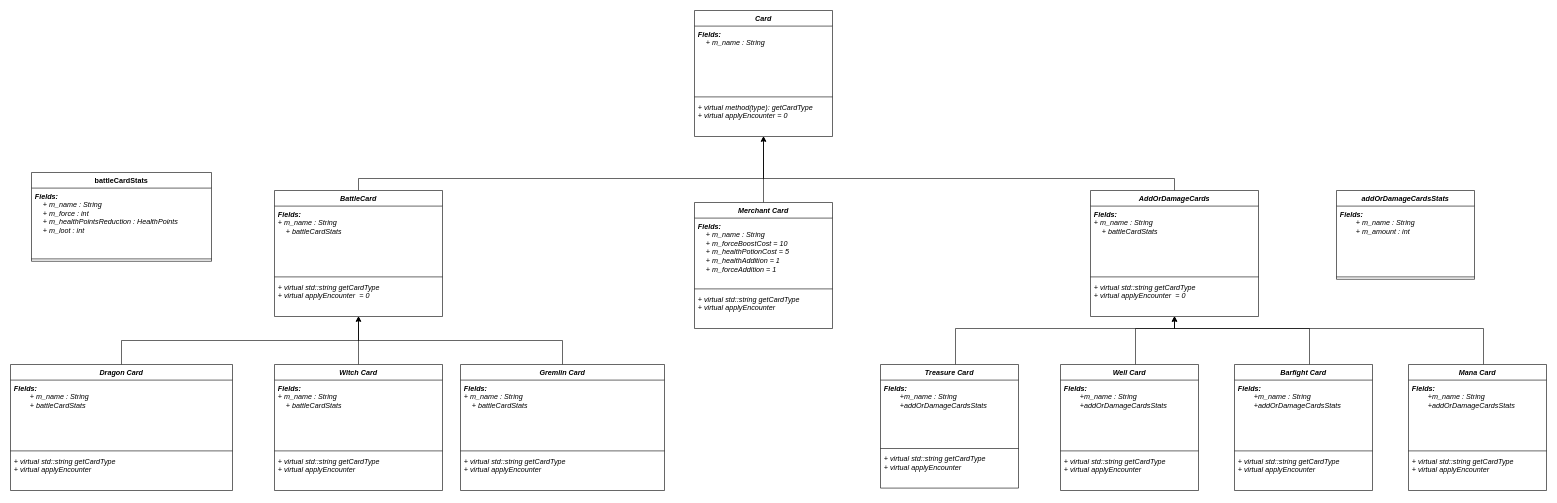
The draw.io diagram page "Cards" (3 of 3) of UML.drawio in ayals99/ex4_matam, before the edit. Source tidied: cells renumbered, new cells numbered last; positions are measured from the earlier drawing's top-left corner, leaving out a move shared by most shapes. Both pictures are drawn from the tidied source at 60%, with x=0, y=0 at pixel (10, 10).
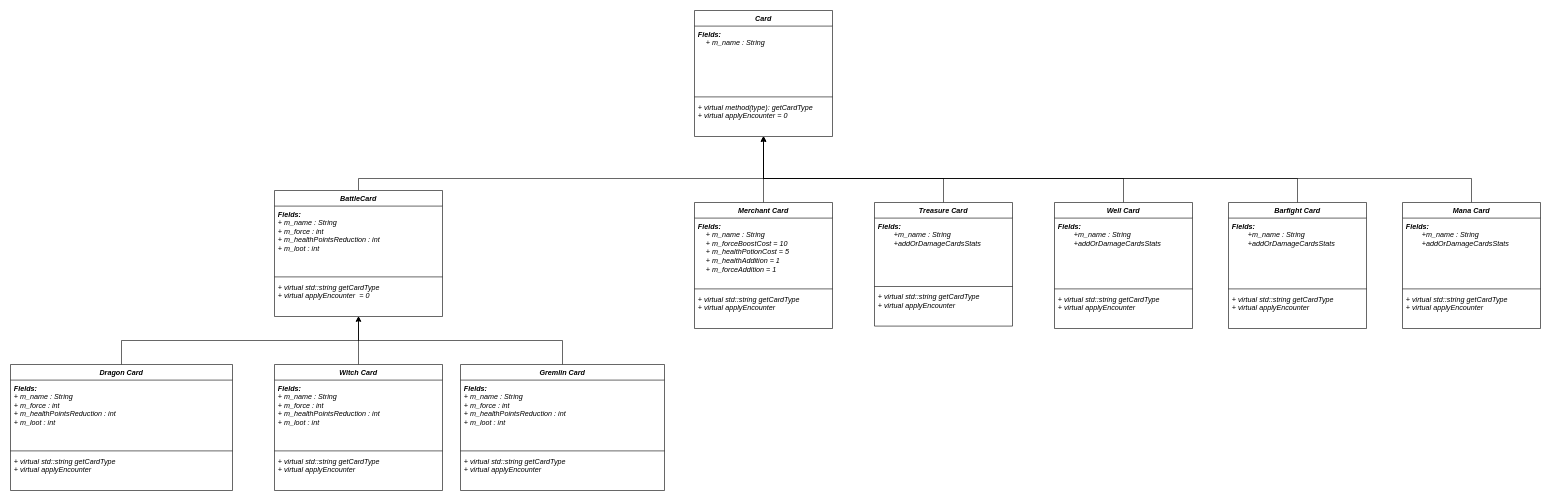
After the change.

Unchanged cells that the change refers to:
```xml
<mxCell id="2" value="&lt;span&gt;Card&lt;/span&gt;" style="swimlane;fontStyle=3;align=center;verticalAlign=top;horizontal=1;startSize=26;whiteSpace=wrap;html=1;" parent="1" vertex="1">
  <mxGeometry x="1140" width="230" height="210" as="geometry" />
</mxCell>
<mxCell id="10" value="Dragon Card" style="swimlane;fontStyle=3;align=center;verticalAlign=top;horizontal=1;startSize=26;whiteSpace=wrap;html=1;" parent="1" vertex="1">
  <mxGeometry y="590" width="370" height="210" as="geometry" />
</mxCell>
<mxCell id="15" value="Witch Card" style="swimlane;fontStyle=3;align=center;verticalAlign=top;horizontal=1;startSize=26;whiteSpace=wrap;html=1;" parent="1" vertex="1">
  <mxGeometry x="440" y="590" width="280" height="210" as="geometry" />
</mxCell>
<mxCell id="20" value="Gremlin Card" style="swimlane;fontStyle=3;align=center;verticalAlign=top;horizontal=1;startSize=26;whiteSpace=wrap;html=1;" parent="1" vertex="1">
  <mxGeometry x="750" y="590" width="340" height="210" as="geometry" />
</mxCell>
<mxCell id="53" value="&lt;span&gt;BattleCard&lt;/span&gt;" style="swimlane;fontStyle=3;align=center;verticalAlign=top;horizontal=1;startSize=26;whiteSpace=wrap;html=1;" parent="1" vertex="1">
  <mxGeometry x="440" y="300" width="280" height="210" as="geometry" />
</mxCell>
```

The edit, as a diff of the source:
```diff
@@
-    <mxCell id="6" value="&lt;span&gt;battleCardStats&lt;/span&gt;" style="swimlane;fontStyle=1;align=center;verticalAlign=top;horizontal=1;startSize=26;whiteSpace=wrap;html=1;" parent="1" vertex="1">
-      <mxGeometry x="35" y="270" width="300" height="148" as="geometry" />
-    </mxCell>
-    <mxCell id="7" value="&lt;span&gt;&lt;b style=&quot;border-color: var(--border-color);&quot;&gt;Fields:&lt;/b&gt;&lt;br style=&quot;border-color: var(--border-color);&quot;&gt;&lt;span style=&quot;border-color: var(--border-color);&quot;&gt;&lt;span style=&quot;white-space: pre;&quot;&gt;&amp;nbsp;&amp;nbsp;&amp;nbsp;&amp;nbsp;&lt;/span&gt;&lt;/span&gt;+ m_name : String&lt;br style=&quot;border-color: var(--border-color);&quot;&gt;&lt;span style=&quot;border-color: var(--border-color);&quot;&gt;&lt;span style=&quot;white-space: pre;&quot;&gt;&amp;nbsp;&amp;nbsp;&amp;nbsp;&amp;nbsp;&lt;/span&gt;&lt;/span&gt;+ m_force : int&lt;br style=&quot;border-color: var(--border-color);&quot;&gt;&lt;span style=&quot;border-color: var(--border-color);&quot;&gt;&lt;span style=&quot;white-space: pre;&quot;&gt;&amp;nbsp;&amp;nbsp;&amp;nbsp;&amp;nbsp;&lt;/span&gt;&lt;/span&gt;+ m_healthPointsReduction : HealthPoints&lt;span style=&quot;border-color: var(--border-color);&quot;&gt;&lt;span style=&quot;white-space: pre;&quot;&gt;&amp;nbsp;&amp;nbsp;&amp;nbsp;&amp;nbsp;&lt;/span&gt;&lt;/span&gt;&lt;br style=&quot;border-color: var(--border-color);&quot;&gt;&lt;span style=&quot;border-color: var(--border-color);&quot;&gt;&lt;span style=&quot;white-space: pre;&quot;&gt;&amp;nbsp;&amp;nbsp;&amp;nbsp;&amp;nbsp;&lt;/span&gt;&lt;/span&gt;+ m_loot : int&lt;/span&gt;" style="text;strokeColor=none;fillColor=none;align=left;verticalAlign=top;spacingLeft=4;spacingRight=4;overflow=hidden;whiteSpace=wrap;html=1;fontStyle=2;" parent="6" vertex="1">
-      <mxGeometry y="26" width="300" height="114" as="geometry" />
-    </mxCell>
-    <mxCell id="8" style="line;strokeWidth=1;fillColor=none;align=left;verticalAlign=middle;spacingTop=-1;spacingLeft=3;spacingRight=3;labelPosition=right;strokeColor=inherit;fontStyle=2;" parent="6" vertex="1">
-      <mxGeometry y="140" width="300" height="8" as="geometry" />
-    </mxCell>
@@
-    <mxCell id="11" value="&lt;b style=&quot;border-color: var(--border-color);&quot;&gt;Fields:&lt;/b&gt;&lt;br style=&quot;border-color: var(--border-color);&quot;&gt;&lt;span style=&quot;white-space: pre;&quot;&gt;&#9;&lt;/span&gt;+ m_name : String&lt;br&gt;&lt;span style=&quot;background-color: initial;&quot;&gt;&lt;span style=&quot;white-space: pre;&quot;&gt;&#9;&lt;/span&gt;+ battleCardStats&lt;/span&gt;" style="text;strokeColor=none;fillColor=none;align=left;verticalAlign=top;spacingLeft=4;spacingRight=4;overflow=hidden;whiteSpace=wrap;html=1;fontStyle=2;" parent="10" vertex="1">
+    <mxCell id="11" value="&lt;b style=&quot;border-color: var(--border-color);&quot;&gt;Fields:&lt;/b&gt;&lt;br style=&quot;border-color: var(--border-color);&quot;&gt;+ m_name : String&lt;br style=&quot;border-color: var(--border-color);&quot;&gt;&lt;div style=&quot;border-color: var(--border-color);&quot;&gt;+ m_force : int&amp;nbsp;&lt;br style=&quot;border-color: var(--border-color);&quot;&gt;+ m_healthPointsReduction : int&amp;nbsp;&lt;br style=&quot;border-color: var(--border-color);&quot;&gt;+ m_loot : int&lt;/div&gt;" style="text;strokeColor=none;fillColor=none;align=left;verticalAlign=top;spacingLeft=4;spacingRight=4;overflow=hidden;whiteSpace=wrap;html=1;fontStyle=2;" parent="10" vertex="1">
       <mxGeometry y="26" width="370" height="114" as="geometry" />
     </mxCell>
@@
-    <mxCell id="16" value="&lt;b style=&quot;border-color: var(--border-color);&quot;&gt;Fields:&lt;/b&gt;&lt;br style=&quot;border-color: var(--border-color);&quot;&gt;&#9;+ m_name : String&lt;br style=&quot;border-color: var(--border-color);&quot;&gt;&lt;span style=&quot;border-color: var(--border-color); background-color: initial;&quot;&gt;&lt;span style=&quot;border-color: var(--border-color);&quot;&gt;&lt;span style=&quot;white-space: pre;&quot;&gt;&amp;nbsp;&amp;nbsp;&amp;nbsp;&amp;nbsp;&lt;/span&gt;&lt;/span&gt;+ battleCardStats&lt;/span&gt;" style="text;strokeColor=none;fillColor=none;align=left;verticalAlign=top;spacingLeft=4;spacingRight=4;overflow=hidden;whiteSpace=wrap;html=1;fontStyle=2;" parent="15" vertex="1">
+    <mxCell id="16" value="&lt;b style=&quot;border-color: var(--border-color);&quot;&gt;Fields:&lt;/b&gt;&lt;br style=&quot;border-color: var(--border-color);&quot;&gt;+ m_name : String&lt;br style=&quot;border-color: var(--border-color);&quot;&gt;&lt;div style=&quot;border-color: var(--border-color);&quot;&gt;+ m_force : int&amp;nbsp;&lt;br style=&quot;border-color: var(--border-color);&quot;&gt;+ m_healthPointsReduction : int&amp;nbsp;&lt;br style=&quot;border-color: var(--border-color);&quot;&gt;+ m_loot : int&lt;/div&gt;" style="text;strokeColor=none;fillColor=none;align=left;verticalAlign=top;spacingLeft=4;spacingRight=4;overflow=hidden;whiteSpace=wrap;html=1;fontStyle=2;" parent="15" vertex="1">
       <mxGeometry y="26" width="280" height="114" as="geometry" />
     </mxCell>
@@
-    <mxCell id="21" value="&lt;b style=&quot;border-color: var(--border-color);&quot;&gt;Fields:&lt;/b&gt;&lt;br style=&quot;border-color: var(--border-color);&quot;&gt;&#9;+ m_name : String&lt;br style=&quot;border-color: var(--border-color);&quot;&gt;&lt;span style=&quot;border-color: var(--border-color); background-color: initial;&quot;&gt;&lt;span style=&quot;border-color: var(--border-color);&quot;&gt;&lt;span style=&quot;white-space: pre;&quot;&gt;&amp;nbsp;&amp;nbsp;&amp;nbsp;&amp;nbsp;&lt;/span&gt;&lt;/span&gt;+ battleCardStats&lt;/span&gt;" style="text;strokeColor=none;fillColor=none;align=left;verticalAlign=top;spacingLeft=4;spacingRight=4;overflow=hidden;whiteSpace=wrap;html=1;fontStyle=2;" parent="20" vertex="1">
+    <mxCell id="21" value="&lt;b style=&quot;border-color: var(--border-color);&quot;&gt;Fields:&lt;/b&gt;&lt;br style=&quot;border-color: var(--border-color);&quot;&gt;+ m_name : String&lt;br style=&quot;border-color: var(--border-color);&quot;&gt;&lt;div style=&quot;border-color: var(--border-color);&quot;&gt;+ m_force : int&amp;nbsp;&lt;br style=&quot;border-color: var(--border-color);&quot;&gt;+ m_healthPointsReduction : int&amp;nbsp;&lt;br style=&quot;border-color: var(--border-color);&quot;&gt;+ m_loot : int&lt;/div&gt;" style="text;strokeColor=none;fillColor=none;align=left;verticalAlign=top;spacingLeft=4;spacingRight=4;overflow=hidden;whiteSpace=wrap;html=1;fontStyle=2;" parent="20" vertex="1">
       <mxGeometry y="26" width="340" height="114" as="geometry" />
     </mxCell>
@@
-    <mxCell id="29" style="edgeStyle=orthogonalEdgeStyle;rounded=0;jettySize=auto;html=1;" parent="1" edge="1" source="30" target="58">
-      <mxGeometry relative="1" as="geometry">
-        <Array as="points">
-          <mxPoint x="1575" y="530" />
-          <mxPoint x="1940" y="530" />
-        </Array>
-      </mxGeometry>
-    </mxCell>
+    <mxCell id="62" style="edgeStyle=orthogonalEdgeStyle;rounded=0;jettySize=auto;html=1;" parent="1" edge="1" source="30" target="2">
+      <mxGeometry relative="1" as="geometry">
+        <Array as="points">
+          <mxPoint x="1555" y="280" />
+          <mxPoint x="1255" y="280" />
+        </Array>
+      </mxGeometry>
+    </mxCell>
     <mxCell id="30" value="Treasure Card" style="swimlane;fontStyle=3;align=center;verticalAlign=top;horizontal=1;startSize=26;whiteSpace=wrap;html=1;" parent="1" vertex="1">
-      <mxGeometry x="1450" y="590" width="230" height="206" as="geometry" />
+      <mxGeometry x="1440" y="320" width="230" height="206" as="geometry" />
     </mxCell>
@@
-    <mxCell id="34" style="edgeStyle=orthogonalEdgeStyle;rounded=0;jettySize=auto;html=1;" parent="1" edge="1" source="35" target="58">
-      <mxGeometry relative="1" as="geometry">
-        <Array as="points">
-          <mxPoint x="1875" y="530" />
-          <mxPoint x="1940" y="530" />
-        </Array>
-      </mxGeometry>
-    </mxCell>
+    <mxCell id="63" style="edgeStyle=orthogonalEdgeStyle;rounded=0;jettySize=auto;html=1;" parent="1" edge="1" source="35" target="2">
+      <mxGeometry relative="1" as="geometry">
+        <Array as="points">
+          <mxPoint x="1855" y="280" />
+          <mxPoint x="1255" y="280" />
+        </Array>
+      </mxGeometry>
+    </mxCell>
     <mxCell id="35" value="Well Card" style="swimlane;fontStyle=3;align=center;verticalAlign=top;horizontal=1;startSize=26;whiteSpace=wrap;html=1;" parent="1" vertex="1">
-      <mxGeometry x="1750" y="590" width="230" height="210" as="geometry" />
+      <mxGeometry x="1740" y="320" width="230" height="210" as="geometry" />
     </mxCell>
@@
-    <mxCell id="39" style="edgeStyle=orthogonalEdgeStyle;rounded=0;jettySize=auto;html=1;" parent="1" edge="1" source="40" target="58">
-      <mxGeometry relative="1" as="geometry">
-        <Array as="points">
-          <mxPoint x="2165" y="530" />
-          <mxPoint x="1940" y="530" />
-        </Array>
-      </mxGeometry>
-    </mxCell>
+    <mxCell id="64" style="edgeStyle=orthogonalEdgeStyle;rounded=0;jettySize=auto;html=1;" parent="1" edge="1" source="40" target="2">
+      <mxGeometry relative="1" as="geometry">
+        <Array as="points">
+          <mxPoint x="2145" y="280" />
+          <mxPoint x="1255" y="280" />
+        </Array>
+      </mxGeometry>
+    </mxCell>
     <mxCell id="40" value="Barfight Card" style="swimlane;fontStyle=3;align=center;verticalAlign=top;horizontal=1;startSize=26;whiteSpace=wrap;html=1;" parent="1" vertex="1">
-      <mxGeometry x="2040" y="590" width="230" height="210" as="geometry" />
+      <mxGeometry x="2030" y="320" width="230" height="210" as="geometry" />
     </mxCell>
@@
-    <mxCell id="44" style="edgeStyle=orthogonalEdgeStyle;rounded=0;jettySize=auto;html=1;" parent="1" edge="1" source="45" target="58">
-      <mxGeometry relative="1" as="geometry">
-        <Array as="points">
-          <mxPoint x="2455" y="530" />
-          <mxPoint x="1940" y="530" />
-        </Array>
-      </mxGeometry>
-    </mxCell>
+    <mxCell id="65" style="edgeStyle=orthogonalEdgeStyle;rounded=0;jettySize=auto;html=1;" parent="1" edge="1" source="45" target="2">
+      <mxGeometry relative="1" as="geometry">
+        <Array as="points">
+          <mxPoint x="2435" y="280" />
+          <mxPoint x="1255" y="280" />
+        </Array>
+      </mxGeometry>
+    </mxCell>
     <mxCell id="45" value="Mana Card" style="swimlane;fontStyle=3;align=center;verticalAlign=top;horizontal=1;startSize=26;whiteSpace=wrap;html=1;" parent="1" vertex="1">
-      <mxGeometry x="2330" y="590" width="230" height="210" as="geometry" />
+      <mxGeometry x="2320" y="320" width="230" height="210" as="geometry" />
     </mxCell>
@@
-    <mxCell id="49" value="addOrDamageCardsStats" style="swimlane;fontStyle=3;align=center;verticalAlign=top;horizontal=1;startSize=26;whiteSpace=wrap;html=1;" parent="1" vertex="1">
-      <mxGeometry x="2210" y="300" width="230" height="148" as="geometry" />
-    </mxCell>
-    <mxCell id="50" value="&lt;b style=&quot;border-color: var(--border-color);&quot;&gt;Fields:&lt;/b&gt;&lt;br style=&quot;border-color: var(--border-color);&quot;&gt;&lt;span style=&quot;white-space: pre;&quot;&gt;&#9;&lt;/span&gt;+ m_name : String&lt;br style=&quot;border-color: var(--border-color);&quot;&gt;&lt;span style=&quot;white-space: pre;&quot;&gt;&#9;&lt;/span&gt;+ m_amount : int" style="text;strokeColor=none;fillColor=none;align=left;verticalAlign=top;spacingLeft=4;spacingRight=4;overflow=hidden;whiteSpace=wrap;html=1;fontStyle=2;" parent="49" vertex="1">
-      <mxGeometry y="26" width="230" height="114" as="geometry" />
-    </mxCell>
-    <mxCell id="51" style="line;strokeWidth=1;fillColor=none;align=left;verticalAlign=middle;spacingTop=-1;spacingLeft=3;spacingRight=3;labelPosition=right;strokeColor=inherit;fontStyle=2;" parent="49" vertex="1">
-      <mxGeometry y="140" width="230" height="8" as="geometry" />
-    </mxCell>
@@
-    <mxCell id="54" value="&lt;b style=&quot;border-color: var(--border-color);&quot;&gt;Fields:&lt;/b&gt;&lt;br style=&quot;border-color: var(--border-color);&quot;&gt;&#9;+ m_name : String&lt;br style=&quot;border-color: var(--border-color);&quot;&gt;&lt;span style=&quot;border-color: var(--border-color); background-color: initial;&quot;&gt;&lt;span style=&quot;border-color: var(--border-color);&quot;&gt;&lt;span style=&quot;white-space: pre;&quot;&gt;&amp;nbsp;&amp;nbsp;&amp;nbsp;&amp;nbsp;&lt;/span&gt;&lt;/span&gt;+ battleCardStats&lt;/span&gt;" style="text;strokeColor=none;fillColor=none;align=left;verticalAlign=top;spacingLeft=4;spacingRight=4;overflow=hidden;whiteSpace=wrap;html=1;fontStyle=2;" parent="53" vertex="1">
+    <mxCell id="54" value="&lt;b style=&quot;border-color: var(--border-color);&quot;&gt;Fields:&lt;/b&gt;&lt;br style=&quot;border-color: var(--border-color);&quot;&gt;&#9;+ m_name : String&lt;br style=&quot;border-color: var(--border-color);&quot;&gt;&lt;div style=&quot;&quot;&gt;+ m_force : int&amp;nbsp;&lt;br&gt;+ m_healthPointsReduction : int&amp;nbsp;&lt;br&gt;+ m_loot : int&lt;/div&gt;" style="text;strokeColor=none;fillColor=none;align=left;verticalAlign=top;spacingLeft=4;spacingRight=4;overflow=hidden;whiteSpace=wrap;html=1;fontStyle=2;" parent="53" vertex="1">
       <mxGeometry y="26" width="280" height="114" as="geometry" />
     </mxCell>
@@
-    <mxCell id="57" style="edgeStyle=orthogonalEdgeStyle;rounded=0;jettySize=auto;html=1;" parent="1" edge="1" source="58" target="2">
-      <mxGeometry relative="1" as="geometry">
-        <Array as="points">
-          <mxPoint x="1255" y="280" />
-        </Array>
-      </mxGeometry>
-    </mxCell>
-    <mxCell id="58" value="&lt;span&gt;AddOrDamageCards&lt;/span&gt;" style="swimlane;fontStyle=3;align=center;verticalAlign=top;horizontal=1;startSize=26;whiteSpace=wrap;html=1;" parent="1" vertex="1">
-      <mxGeometry x="1800" y="300" width="280" height="210" as="geometry" />
-    </mxCell>
-    <mxCell id="59" value="&lt;b style=&quot;border-color: var(--border-color);&quot;&gt;Fields:&lt;/b&gt;&lt;br style=&quot;border-color: var(--border-color);&quot;&gt;&#9;+ m_name : String&lt;br style=&quot;border-color: var(--border-color);&quot;&gt;&lt;span style=&quot;border-color: var(--border-color); background-color: initial;&quot;&gt;&lt;span style=&quot;border-color: var(--border-color);&quot;&gt;&lt;span style=&quot;white-space: pre;&quot;&gt;&amp;nbsp;&amp;nbsp;&amp;nbsp;&amp;nbsp;&lt;/span&gt;&lt;/span&gt;+ battleCardStats&lt;/span&gt;" style="text;strokeColor=none;fillColor=none;align=left;verticalAlign=top;spacingLeft=4;spacingRight=4;overflow=hidden;whiteSpace=wrap;html=1;fontStyle=2;" parent="58" vertex="1">
-      <mxGeometry y="26" width="280" height="114" as="geometry" />
-    </mxCell>
-    <mxCell id="60" style="line;strokeWidth=1;fillColor=none;align=left;verticalAlign=middle;spacingTop=-1;spacingLeft=3;spacingRight=3;labelPosition=right;strokeColor=inherit;fontStyle=2;" parent="58" vertex="1">
-      <mxGeometry y="140" width="280" height="8" as="geometry" />
-    </mxCell>
-    <mxCell id="61" value="&lt;span style=&quot;border-color: var(--border-color);&quot;&gt;+ virtual std::string getCardType&lt;/span&gt;&lt;span style=&quot;border-color: var(--border-color);&quot;&gt;&lt;br style=&quot;border-color: var(--border-color);&quot;&gt;+ virtual applyEncounter&amp;nbsp; = 0&lt;/span&gt;" style="text;strokeColor=none;fillColor=none;align=left;verticalAlign=top;spacingLeft=4;spacingRight=4;overflow=hidden;whiteSpace=wrap;html=1;fontStyle=2;" parent="58" vertex="1">
-      <mxGeometry y="148" width="280" height="62" as="geometry" />
-    </mxCell>
```
